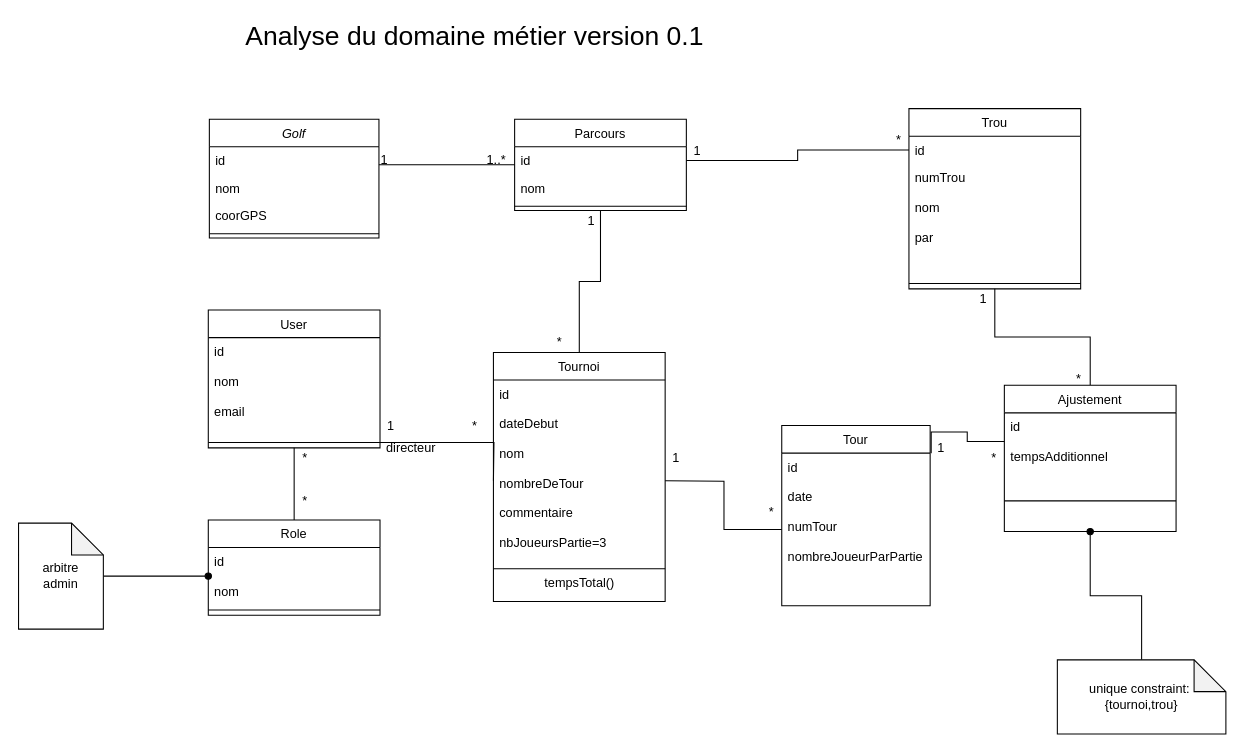
The draw.io diagram docs/analyse-du-domaine-metier-golf.drawio in mdesoki94/golf, before the edit. Source tidied: cells renumbered, new cells numbered last; positions are measured from the earlier drawing's top-left corner, leaving out a move shared by most shapes. Both pictures are drawn from the tidied source at 106%, with x=0, y=0 at pixel (18, 23).
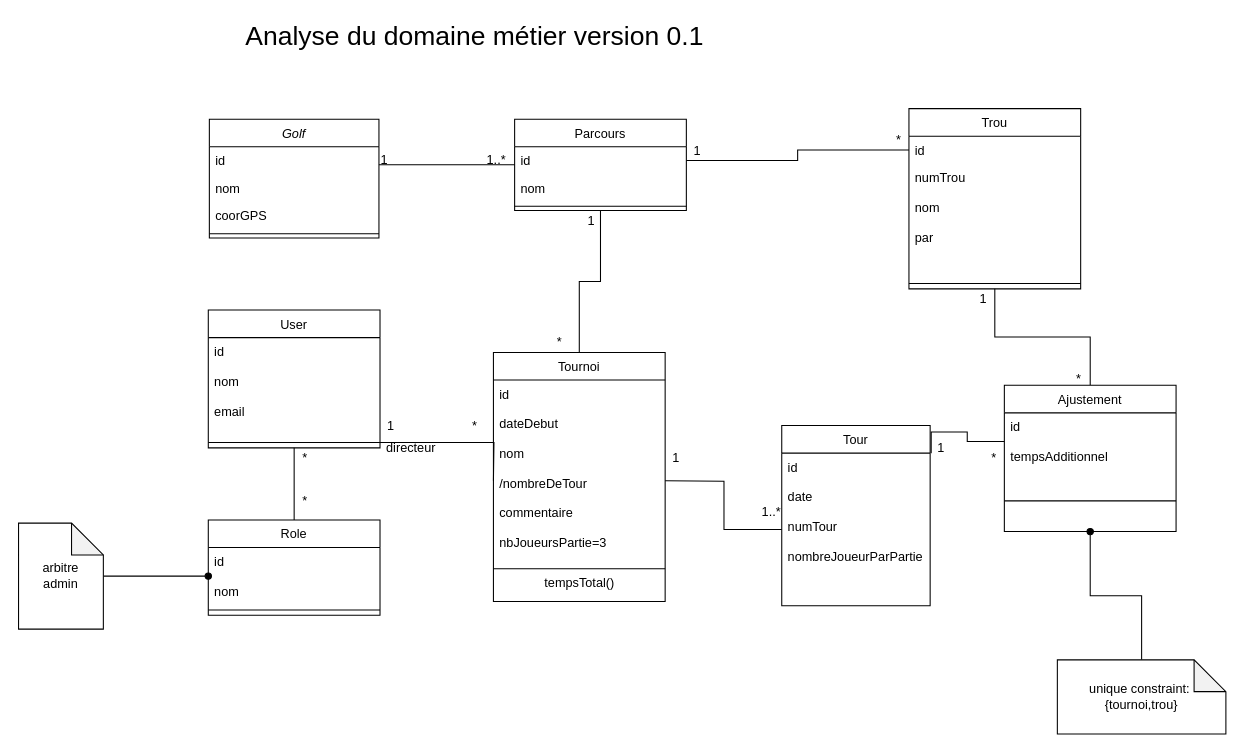
Above is the later version.

The change refers to these unchanged cells:
```xml
<mxCell id="52" value="Tournoi" style="swimlane;fontStyle=0;align=center;verticalAlign=top;horizontal=1;startSize=26;rounded=0;shadow=0;strokeWidth=1;" parent="1" vertex="1">
  <mxGeometry x="448" y="310" width="162" height="235" as="geometry" />
</mxCell>
```

What changed in the source:
```diff
@@
-    <mxCell id="24" value="*" style="text;html=1;align=center;verticalAlign=middle;" parent="1" vertex="1">
-      <mxGeometry x="700" y="451" width="20" height="20" as="geometry" />
+    <mxCell id="24" value="1..*" style="text;html=1;align=center;verticalAlign=middle;" parent="1" vertex="1">
+      <mxGeometry x="695" y="451" width="30" height="20" as="geometry" />
     </mxCell>
@@
-    <mxCell id="53" value="id&#10;&#10;dateDebut&#10;&#10;nom&#10;&#10;nombreDeTour&#10;&#10;commentaire&#10;&#10;nbJoueursPartie=3&#10;&#10;" style="text;align=left;verticalAlign=top;spacingLeft=4;spacingRight=4;overflow=hidden;" parent="52" vertex="1">
+    <mxCell id="53" value="id&#10;&#10;dateDebut&#10;&#10;nom&#10;&#10;/nombreDeTour&#10;&#10;commentaire&#10;&#10;nbJoueursPartie=3&#10;&#10;" style="text;align=left;verticalAlign=top;spacingLeft=4;spacingRight=4;overflow=hidden;" parent="52" vertex="1">
       <mxGeometry y="26" width="162" height="174" as="geometry" />
     </mxCell>
```
